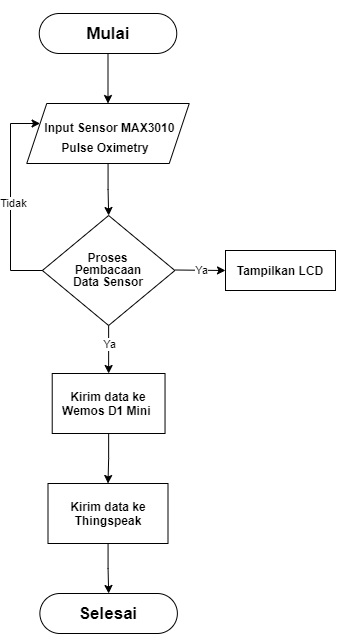
ajiesetyon/flowchart_PAA keeps this draw.io diagram as FLOWCHART PULSE OXIMETRY.png. Above is the earlier version. Source tidied: cells renumbered, new cells last; positions are measured from the earlier drawing's top-left corner, leaving out a move shared by most shapes.
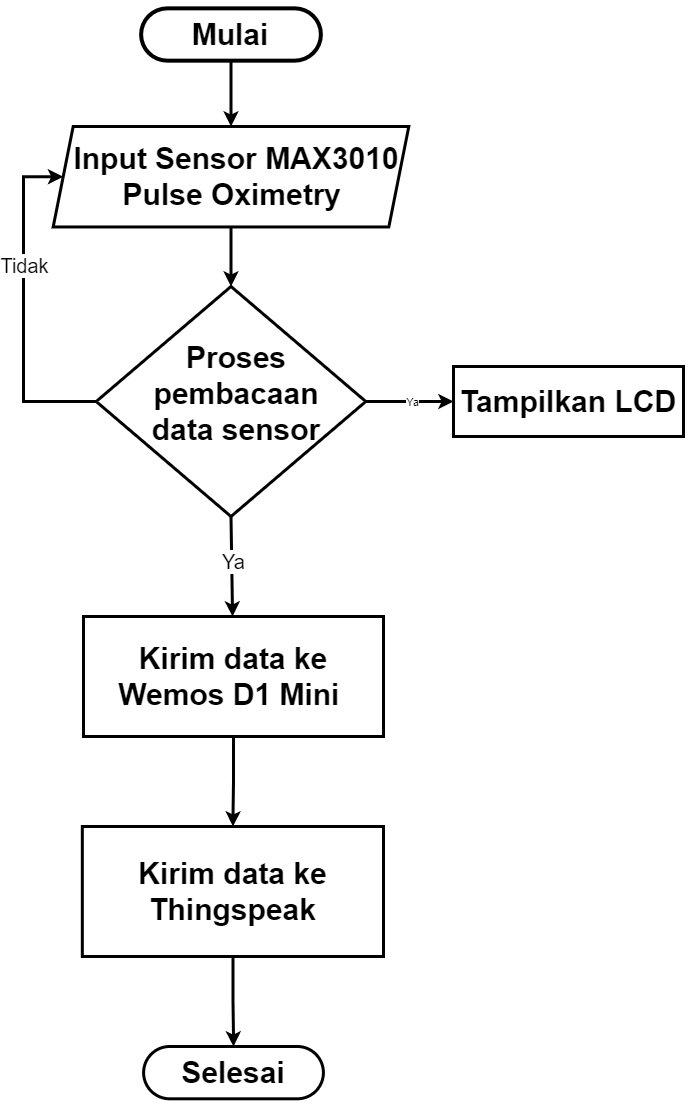
Above is the later version.

Diff of the diagram source:
```diff
@@ -2,110 +2,95 @@
   <root>
     <mxCell id="0" />
     <mxCell id="1" parent="0" />
+    <mxCell id="3" style="rounded=1;whiteSpace=wrap;html=1;arcSize=50;strokeWidth=4;" parent="1" vertex="1">
+      <mxGeometry x="-62.4" y="-38.1" width="179.8" height="52.3" as="geometry" />
+    </mxCell>
+    <mxCell id="5" style="shape=parallelogram;perimeter=parallelogramPerimeter;whiteSpace=wrap;html=1;fixedSize=1;strokeWidth=3;" parent="1" vertex="1">
+      <mxGeometry x="-150.3" y="80" width="355.6" height="100.5" as="geometry" />
+    </mxCell>
-    <mxCell id="2" style="edgeStyle=orthogonalEdgeStyle;rounded=0;jettySize=auto;html=1;" parent="1" edge="1" source="3" target="5">
-      <mxGeometry relative="1" as="geometry" />
+    <mxCell id="2" style="edgeStyle=orthogonalEdgeStyle;rounded=0;jettySize=auto;html=1;strokeWidth=3;" parent="1" edge="1" source="3" target="5">
+      <mxGeometry x="360" y="21.9" as="geometry" />
     </mxCell>
-    <mxCell id="3" style="rounded=1;whiteSpace=wrap;html=1;arcSize=50;" parent="1" vertex="1">
-      <mxGeometry x="28.8" width="137.5" height="40" as="geometry" />
-    </mxCell>
-    <mxCell id="4" style="edgeStyle=orthogonalEdgeStyle;rounded=0;jettySize=auto;html=1;" parent="1" edge="1" source="5" target="8">
-      <mxGeometry relative="1" as="geometry" />
-    </mxCell>
-    <mxCell id="5" style="shape=parallelogram;perimeter=parallelogramPerimeter;whiteSpace=wrap;html=1;fixedSize=1;" parent="1" vertex="1">
-      <mxGeometry x="16.2" y="90" width="162.5" height="60" as="geometry" />
-    </mxCell>
-    <mxCell id="6" style="edgeStyle=orthogonalEdgeStyle;rounded=0;jettySize=auto;html=1;exitX=0.042;exitY=0.529;exitDx=0;exitDy=0;exitPerimeter=0;" parent="1" edge="1" source="8" target="5">
-      <mxGeometry relative="1" as="geometry">
+    <mxCell id="6" style="edgeStyle=orthogonalEdgeStyle;rounded=0;jettySize=auto;html=1;exitX=0;exitY=0.5;exitDx=0;exitDy=0;entryX=0;entryY=0.5;entryDx=0;entryDy=0;strokeWidth=3;" parent="1" edge="1" source="8" target="5">
+      <mxGeometry x="360" y="21.9" as="geometry">
         <Array as="points">
-          <mxPoint x="37" y="257" />
-          <mxPoint y="257" />
-          <mxPoint y="110" />
+          <mxPoint x="-180" y="355" />
+          <mxPoint x="-180" y="130" />
         </Array>
       </mxGeometry>
     </mxCell>
-    <mxCell id="7" value="Tidak" style="edgeLabel;html=1;align=center;verticalAlign=middle;" parent="6" vertex="1">
+    <mxCell id="7" value="&lt;font style=&quot;font-size: 20px&quot;&gt;Tidak&lt;/font&gt;" style="edgeLabel;html=1;align=center;verticalAlign=middle;" parent="6" vertex="1">
       <mxGeometry x="-0.1" y="-2" relative="1" as="geometry">
-        <mxPoint y="-9.3" as="offset" />
+        <mxPoint x="-2" y="-57.8" as="offset" />
       </mxGeometry>
     </mxCell>
-    <mxCell id="8" style="rhombus;whiteSpace=wrap;html=1;" parent="1" vertex="1">
-      <mxGeometry x="31.9" y="202" width="132.5" height="110" as="geometry" />
+    <mxCell id="8" style="rhombus;whiteSpace=wrap;html=1;strokeWidth=3;" parent="1" vertex="1">
+      <mxGeometry x="-107.3" y="240" width="269.6" height="230" as="geometry" />
     </mxCell>
+    <mxCell id="4" style="edgeStyle=orthogonalEdgeStyle;rounded=0;jettySize=auto;html=1;strokeWidth=3;" parent="1" edge="1" source="5" target="8">
+      <mxGeometry x="360" y="21.9" as="geometry" />
+    </mxCell>
-    <mxCell id="9" value="&lt;h1&gt;&lt;font style=&quot;font-size: 17px&quot;&gt;Mulai&lt;/font&gt;&lt;/h1&gt;" style="text;html=1;strokeColor=none;fillColor=none;align=center;verticalAlign=middle;whiteSpace=wrap;rounded=0;" parent="1" vertex="1">
-      <mxGeometry x="67.5" y="7" width="60" height="20" as="geometry" />
+    <mxCell id="9" value="&lt;h1&gt;&lt;font style=&quot;font-size: 30px&quot;&gt;Mulai&lt;/font&gt;&lt;/h1&gt;" style="text;html=1;strokeColor=none;fillColor=none;align=center;verticalAlign=middle;whiteSpace=wrap;rounded=0;" parent="1" vertex="1">
+      <mxGeometry x="-11.7" y="-25.1" width="78.5" height="26.2" as="geometry" />
     </mxCell>
-    <mxCell id="10" style="edgeStyle=orthogonalEdgeStyle;rounded=0;orthogonalLoop=1;jettySize=auto;html=1;exitX=0.5;exitY=1;exitDx=0;exitDy=0;" parent="1" edge="1" source="9" target="9">
-      <mxGeometry relative="1" as="geometry" />
-    </mxCell>
-    <mxCell id="11" style="group;" parent="1" vertex="1">
-      <mxGeometry x="20" y="100" width="156.2" height="40" as="geometry" />
-    </mxCell>
-    <mxCell id="12" value="&lt;h1&gt;&lt;font style=&quot;font-size: 12px&quot;&gt;Input Sensor MAX3010&amp;nbsp;&lt;/font&gt;&lt;/h1&gt;" style="text;html=1;strokeColor=none;fillColor=none;align=center;verticalAlign=middle;whiteSpace=wrap;rounded=0;" parent="11" vertex="1">
-      <mxGeometry x="6.2" width="150" height="20" as="geometry" />
-    </mxCell>
-    <mxCell id="13" value="&lt;h1&gt;&lt;font style=&quot;font-size: 12px&quot;&gt;Pulse Oximetry&lt;/font&gt;&lt;/h1&gt;" style="text;html=1;strokeColor=none;fillColor=none;align=center;verticalAlign=middle;whiteSpace=wrap;rounded=0;" parent="11" vertex="1">
-      <mxGeometry y="20" width="150" height="20" as="geometry" />
-    </mxCell>
-    <mxCell id="14" style="rounded=0;whiteSpace=wrap;html=1;align=center;" parent="1" vertex="1">
-      <mxGeometry x="215" y="237" width="110" height="40" as="geometry" />
+    <mxCell id="14" style="rounded=0;whiteSpace=wrap;html=1;align=center;strokeWidth=3;" parent="1" vertex="1">
+      <mxGeometry x="250" y="320" width="230" height="70" as="geometry" />
     </mxCell>
-    <mxCell id="15" value="&lt;b&gt;Tampilkan LCD&lt;/b&gt;" style="text;html=1;strokeColor=none;fillColor=none;align=center;verticalAlign=middle;whiteSpace=wrap;rounded=0;" parent="1" vertex="1">
-      <mxGeometry x="225" y="247" width="90" height="20" as="geometry" />
+    <mxCell id="15" value="&lt;b&gt;&lt;font style=&quot;font-size: 30px&quot;&gt;Tampilkan LCD&lt;/font&gt;&lt;/b&gt;" style="text;html=1;strokeColor=none;fillColor=none;align=center;verticalAlign=middle;whiteSpace=wrap;rounded=0;" parent="1" vertex="1">
+      <mxGeometry x="242.1" y="341.9" width="245.8" height="26.1" as="geometry" />
     </mxCell>
-    <mxCell id="16" style="edgeStyle=orthogonalEdgeStyle;rounded=0;jettySize=auto;html=1;entryX=0.5;entryY=0;entryDx=0;entryDy=0;" parent="1" edge="1" source="17" target="29">
-      <mxGeometry relative="1" as="geometry" />
-    </mxCell>
-    <mxCell id="17" style="rounded=0;whiteSpace=wrap;html=1;align=center;" parent="1" vertex="1">
-      <mxGeometry x="41.7" y="360" width="112.8" height="60" as="geometry" />
+    <mxCell id="17" style="rounded=0;whiteSpace=wrap;html=1;align=center;strokeWidth=3;" parent="1" vertex="1">
+      <mxGeometry x="-120" y="570" width="300" height="120" as="geometry" />
     </mxCell>
-    <mxCell id="18" style="endArrow=classic;html=1;entryX=0;entryY=0.5;entryDx=0;entryDy=0;" parent="1" edge="1" target="14">
-      <mxGeometry relative="1" as="geometry">
-        <mxPoint x="164.4" y="256.5" as="sourcePoint" />
-      </mxGeometry>
+    <mxCell id="18" style="endArrow=classic;html=1;entryX=0;entryY=0.5;entryDx=0;entryDy=0;strokeWidth=3;exitX=1;exitY=0.5;exitDx=0;exitDy=0;" parent="1" edge="1" source="8" target="14">
+      <mxGeometry x="360" y="21.9" as="geometry" />
     </mxCell>
     <mxCell id="19" value="Ya" style="edgeLabel;html=1;align=center;verticalAlign=middle;" parent="18" vertex="1">
       <mxGeometry relative="1" as="geometry" />
     </mxCell>
-    <mxCell id="20" style="endArrow=classic;html=1;" parent="1" edge="1" source="8" target="17">
-      <mxGeometry relative="1" as="geometry" />
+    <mxCell id="20" style="endArrow=classic;html=1;exitX=0.5;exitY=1;exitDx=0;exitDy=0;strokeWidth=3;" parent="1" edge="1" source="8" target="17">
+      <mxGeometry x="371.6" y="189.6" as="geometry" />
     </mxCell>
-    <mxCell id="21" value="Ya" style="edgeLabel;html=1;align=center;verticalAlign=middle;" parent="20" vertex="1">
+    <mxCell id="21" value="&lt;font style=&quot;font-size: 20px&quot;&gt;Ya&lt;/font&gt;" style="edgeLabel;html=1;align=center;verticalAlign=middle;" parent="20" vertex="1">
       <mxGeometry relative="1" as="geometry">
         <mxPoint y="-6" as="offset" />
       </mxGeometry>
     </mxCell>
     <mxCell id="22" style="group;" parent="1" vertex="1">
-      <mxGeometry x="52.5" y="230" width="99.1" height="44" as="geometry" />
+      <mxGeometry x="-6.6" y="310" width="80" height="70" as="geometry" />
     </mxCell>
-    <mxCell id="23" style="group;" parent="22" vertex="1">
-      <mxGeometry x="9.1" width="90" height="44" as="geometry" />
-    </mxCell>
+    <mxCell id="26" value="&lt;h1&gt;&lt;br&gt;&lt;/h1&gt;" style="text;html=1;strokeColor=none;fillColor=none;align=center;verticalAlign=middle;whiteSpace=wrap;rounded=0;" parent="22" vertex="1">
+      <mxGeometry y="38.2" width="72.7" height="31.8" as="geometry" />
+    </mxCell>
-    <mxCell id="24" value="&lt;h1&gt;&lt;font style=&quot;font-size: 12px&quot;&gt;Proses&lt;/font&gt;&lt;/h1&gt;" style="text;html=1;strokeColor=none;fillColor=none;align=center;verticalAlign=middle;whiteSpace=wrap;rounded=0;" parent="23" vertex="1">
-      <mxGeometry x="11.6" width="48.8" height="20" as="geometry" />
+    <mxCell id="24" value="&lt;h1&gt;&lt;font style=&quot;font-size: 30px&quot;&gt;Proses pembacaan data sensor&lt;/font&gt;&lt;/h1&gt;" style="text;html=1;strokeColor=none;fillColor=none;align=center;verticalAlign=middle;whiteSpace=wrap;rounded=0;" parent="22" vertex="1">
+      <mxGeometry x="-59" y="21.1" width="198.1" height="31.8" as="geometry" />
     </mxCell>
-    <mxCell id="25" value="&lt;h1&gt;&lt;font style=&quot;font-size: 12px&quot;&gt;Pembacaan&lt;/font&gt;&lt;/h1&gt;" style="text;html=1;strokeColor=none;fillColor=none;align=center;verticalAlign=middle;whiteSpace=wrap;rounded=0;" parent="23" vertex="1">
-      <mxGeometry y="12" width="71.9" height="20" as="geometry" />
-    </mxCell>
-    <mxCell id="26" value="&lt;h1&gt;&lt;font style=&quot;font-size: 12px&quot;&gt;Data Sensor&lt;/font&gt;&lt;/h1&gt;" style="text;html=1;strokeColor=none;fillColor=none;align=center;verticalAlign=middle;whiteSpace=wrap;rounded=0;" parent="22" vertex="1">
-      <mxGeometry y="24" width="90" height="20" as="geometry" />
-    </mxCell>
-    <mxCell id="27" value="&lt;b&gt;Kirim data ke Wemos D1 Mini&amp;nbsp;&lt;/b&gt;" style="text;html=1;strokeColor=none;fillColor=none;align=center;verticalAlign=middle;whiteSpace=wrap;rounded=0;" parent="1" vertex="1">
-      <mxGeometry x="48.8" y="380" width="97.5" height="20" as="geometry" />
+    <mxCell id="27" value="&lt;b&gt;&lt;font style=&quot;font-size: 30px&quot;&gt;Kirim data ke Wemos D1 Mini&amp;nbsp;&lt;/font&gt;&lt;/b&gt;" style="text;html=1;strokeColor=none;fillColor=none;align=center;verticalAlign=middle;whiteSpace=wrap;rounded=0;" parent="1" vertex="1">
+      <mxGeometry x="-115" y="616.9" width="290" height="26.1" as="geometry" />
     </mxCell>
-    <mxCell id="28" style="edgeStyle=orthogonalEdgeStyle;rounded=0;jettySize=auto;html=1;" parent="1" edge="1" source="29" target="31">
-      <mxGeometry relative="1" as="geometry" />
-    </mxCell>
-    <mxCell id="29" style="rounded=0;whiteSpace=wrap;html=1;align=center;" parent="1" vertex="1">
-      <mxGeometry x="37.5" y="470" width="120" height="60" as="geometry" />
+    <mxCell id="29" style="rounded=0;whiteSpace=wrap;html=1;align=center;strokeWidth=3;" parent="1" vertex="1">
+      <mxGeometry x="-121.2" y="780" width="301.2" height="130" as="geometry" />
     </mxCell>
+    <mxCell id="16" style="edgeStyle=orthogonalEdgeStyle;rounded=0;jettySize=auto;html=1;entryX=0.5;entryY=0;entryDx=0;entryDy=0;strokeWidth=3;" parent="1" edge="1" source="17" target="29">
+      <mxGeometry x="371.6" y="189.6" as="geometry" />
+    </mxCell>
-    <mxCell id="30" value="&lt;b&gt;Kirim data ke Thingspeak&lt;/b&gt;" style="text;html=1;strokeColor=none;fillColor=none;align=center;verticalAlign=middle;whiteSpace=wrap;rounded=0;" parent="1" vertex="1">
-      <mxGeometry x="48.8" y="490" width="97.5" height="20" as="geometry" />
+    <mxCell id="30" value="&lt;b&gt;&lt;font style=&quot;font-size: 30px&quot;&gt;Kirim data ke Thingspeak&lt;/font&gt;&lt;/b&gt;" style="text;html=1;strokeColor=none;fillColor=none;align=center;verticalAlign=middle;whiteSpace=wrap;rounded=0;" parent="1" vertex="1">
+      <mxGeometry x="-92.9" y="831.9" width="244.7" height="26.1" as="geometry" />
     </mxCell>
-    <mxCell id="31" style="rounded=1;whiteSpace=wrap;html=1;arcSize=50;" parent="1" vertex="1">
-      <mxGeometry x="29.4" y="580" width="137.5" height="40" as="geometry" />
+    <mxCell id="31" style="rounded=1;whiteSpace=wrap;html=1;arcSize=50;strokeWidth=3;" parent="1" vertex="1">
+      <mxGeometry x="-59.9" y="1000" width="179.8" height="52.3" as="geometry" />
     </mxCell>
+    <mxCell id="28" style="edgeStyle=orthogonalEdgeStyle;rounded=0;jettySize=auto;html=1;strokeWidth=3;" parent="1" edge="1" source="29" target="31">
+      <mxGeometry x="371.6" y="189.6" as="geometry" />
+    </mxCell>
-    <mxCell id="32" value="&lt;h1&gt;&lt;font style=&quot;font-size: 17px&quot;&gt;Selesai&lt;/font&gt;&lt;/h1&gt;" style="text;html=1;strokeColor=none;fillColor=none;align=center;verticalAlign=middle;whiteSpace=wrap;rounded=0;" parent="1" vertex="1">
-      <mxGeometry x="67.5" y="587" width="60" height="20" as="geometry" />
+    <mxCell id="32" value="&lt;h1&gt;&lt;font style=&quot;font-size: 30px&quot;&gt;Selesai&lt;/font&gt;&lt;/h1&gt;" style="text;html=1;strokeColor=none;fillColor=none;align=center;verticalAlign=middle;whiteSpace=wrap;rounded=0;" parent="1" vertex="1">
+      <mxGeometry x="-9.2" y="1013.1" width="78.5" height="26.2" as="geometry" />
     </mxCell>
+    <mxCell id="12" value="&lt;h1&gt;&lt;font style=&quot;font-size: 30px&quot;&gt;Input Sensor MAX3010 Pulse Oximetry&amp;nbsp;&lt;/font&gt;&lt;/h1&gt;" style="text;html=1;strokeColor=none;fillColor=none;align=center;verticalAlign=middle;whiteSpace=wrap;rounded=0;" parent="1" vertex="1">
+      <mxGeometry x="-133.6" y="105.2" width="334" height="50" as="geometry" />
+    </mxCell>
+    <mxCell id="33" style="edgeStyle=orthogonalEdgeStyle;rounded=0;orthogonalLoop=1;jettySize=auto;html=1;exitX=0.5;exitY=1;exitDx=0;exitDy=0;strokeWidth=3;" parent="1" edge="1" source="27" target="27">
+      <mxGeometry relative="1" as="geometry" />
+    </mxCell>
   </root>
 </mxGraphModel>
```
